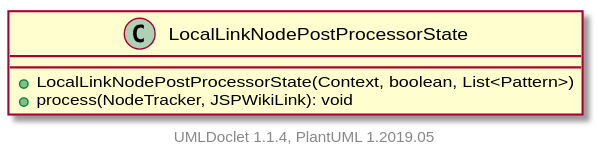
The PlantUML diagram apidocs/2.11.0.M8-SNAPSHOT/org/apache/wiki/markdown/extensions/jspwikilinks/postprocessor/LocalLinkNodePostProcessorState.svg in apache/jspwiki-site, before a commit. Source of this version:
```plantuml
@startuml

    class LocalLinkNodePostProcessorState [[LocalLinkNodePostProcessorState.html]] {
        +LocalLinkNodePostProcessorState(Context, boolean, List<Pattern>)
        +process(NodeTracker, JSPWikiLink): void
    }


    center footer UMLDoclet 1.1.4, PlantUML 1.2019.05
@enduml
```
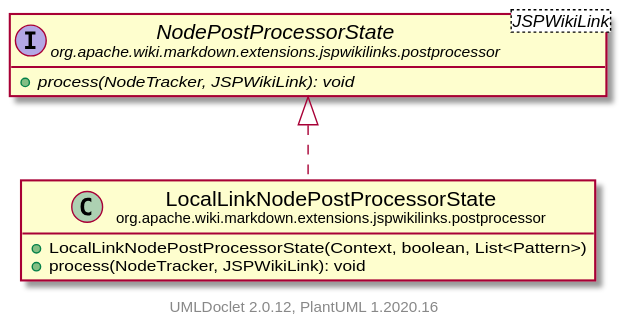
Above is the later version.

Diff of the diagram source:
```diff
@@ -1,10 +1,18 @@
 @startuml
+    set namespaceSeparator none
+    hide empty fields
+    hide empty methods
 
-    class LocalLinkNodePostProcessorState [[LocalLinkNodePostProcessorState.html]] {
+    class "<size:14>LocalLinkNodePostProcessorState\n<size:10>org.apache.wiki.markdown.extensions.jspwikilinks.postprocessor" as org.apache.wiki.markdown.extensions.jspwikilinks.postprocessor.LocalLinkNodePostProcessorState [[LocalLinkNodePostProcessorState.html]] {
         +LocalLinkNodePostProcessorState(Context, boolean, List<Pattern>)
         +process(NodeTracker, JSPWikiLink): void
     }
 
+    interface "<size:14>NodePostProcessorState\n<size:10>org.apache.wiki.markdown.extensions.jspwikilinks.postprocessor" as org.apache.wiki.markdown.extensions.jspwikilinks.postprocessor.NodePostProcessorState<JSPWikiLink> [[NodePostProcessorState.html]] {
+        {abstract} +process(NodeTracker, JSPWikiLink): void
+    }
 
-    center footer UMLDoclet 1.1.4, PlantUML 1.2019.05
+    org.apache.wiki.markdown.extensions.jspwikilinks.postprocessor.NodePostProcessorState <|.. org.apache.wiki.markdown.extensions.jspwikilinks.postprocessor.LocalLinkNodePostProcessorState
+
+    center footer UMLDoclet 2.0.12, PlantUML 1.2020.16
 @enduml
```
